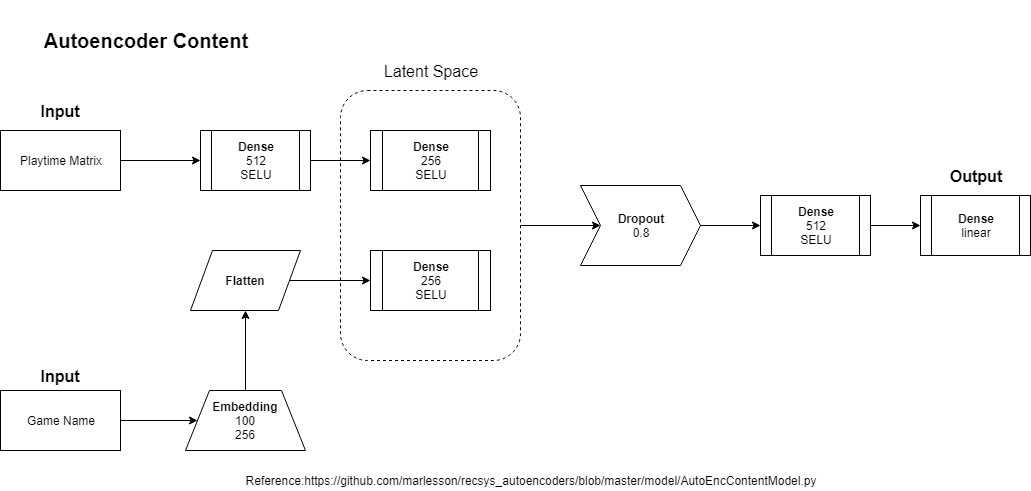
This is model_graph/Autoencoder/AutoencoderContentModel.png from yshuidie/steamNNRecom, a draw.io export, as it was before one commit. Source tidied: cells renumbered, new cells last; positions are measured from the earlier drawing's top-left corner, leaving out a move shared by most shapes. Its diagram source:
```xml
<mxGraphModel background="#ffffff">
  <root>
    <mxCell id="0" />
    <mxCell id="1" parent="0" />
    <mxCell id="2" value="&lt;span&gt;&lt;b&gt;&lt;font style=&quot;font-size: 20px&quot;&gt;Autoencoder Content&lt;/font&gt;&lt;/b&gt;&lt;/span&gt;&lt;br&gt;" style="text;html=1;strokeColor=none;fillColor=none;align=center;verticalAlign=middle;whiteSpace=wrap;rounded=0;" parent="1" vertex="1">
      <mxGeometry x="30" width="230" height="80" as="geometry" />
    </mxCell>
    <mxCell id="3" value="Playtime Matrix&lt;br&gt;" style="rounded=0;whiteSpace=wrap;html=1;" parent="1" vertex="1">
      <mxGeometry y="130" width="120" height="60" as="geometry" />
    </mxCell>
    <mxCell id="4" value="Game Name&lt;br&gt;" style="rounded=0;whiteSpace=wrap;html=1;" parent="1" vertex="1">
      <mxGeometry y="390" width="120" height="60" as="geometry" />
    </mxCell>
    <mxCell id="5" style="edgeStyle=orthogonalEdgeStyle;rounded=0;jettySize=auto;html=1;entryX=0;entryY=0.5;entryDx=0;entryDy=0;" parent="1" edge="1" source="6" target="14">
      <mxGeometry relative="1" as="geometry" />
    </mxCell>
    <mxCell id="6" value="&lt;b&gt;Dense&lt;/b&gt;&lt;br&gt;512&lt;br&gt;SELU&lt;br&gt;" style="shape=process;whiteSpace=wrap;html=1;backgroundOutline=1;" parent="1" vertex="1">
      <mxGeometry x="200" y="130" width="110" height="60" as="geometry" />
    </mxCell>
    <mxCell id="7" style="endArrow=classic;html=1;exitX=1;exitY=0.5;exitDx=0;exitDy=0;entryX=0;entryY=0.5;entryDx=0;entryDy=0;" parent="1" edge="1" source="3" target="6">
      <mxGeometry relative="1" as="geometry" />
    </mxCell>
    <mxCell id="8" style="edgeStyle=orthogonalEdgeStyle;rounded=0;jettySize=auto;html=1;entryX=0.5;entryY=1;entryDx=0;entryDy=0;" parent="1" edge="1" source="9" target="12">
      <mxGeometry relative="1" as="geometry" />
    </mxCell>
    <mxCell id="9" value="&lt;b&gt;Embedding&lt;/b&gt;&lt;br&gt;100&lt;br&gt;256&lt;br&gt;" style="shape=trapezoid;perimeter=trapezoidPerimeter;whiteSpace=wrap;html=1;" parent="1" vertex="1">
      <mxGeometry x="185" y="390" width="120" height="60" as="geometry" />
    </mxCell>
    <mxCell id="10" style="endArrow=classic;html=1;exitX=1;exitY=0.5;exitDx=0;exitDy=0;entryX=0;entryY=0.5;entryDx=0;entryDy=0;" parent="1" edge="1" source="4" target="9">
      <mxGeometry relative="1" as="geometry" />
    </mxCell>
    <mxCell id="11" style="edgeStyle=orthogonalEdgeStyle;rounded=0;jettySize=auto;html=1;entryX=0;entryY=0.5;entryDx=0;entryDy=0;" parent="1" edge="1" source="12" target="13">
      <mxGeometry relative="1" as="geometry" />
    </mxCell>
    <mxCell id="12" value="&lt;b&gt;Flatten&lt;/b&gt;" style="shape=parallelogram;perimeter=parallelogramPerimeter;whiteSpace=wrap;html=1;" parent="1" vertex="1">
      <mxGeometry x="190" y="250" width="110" height="60" as="geometry" />
    </mxCell>
    <mxCell id="13" value="&lt;b&gt;Dense&lt;/b&gt;&lt;br&gt;256&lt;br&gt;SELU&lt;br&gt;" style="shape=process;whiteSpace=wrap;html=1;backgroundOutline=1;" parent="1" vertex="1">
      <mxGeometry x="370" y="250" width="120" height="60" as="geometry" />
    </mxCell>
    <mxCell id="14" value="&lt;b&gt;Dense&lt;/b&gt;&lt;br&gt;256&lt;br&gt;SELU&lt;br&gt;" style="shape=process;whiteSpace=wrap;html=1;backgroundOutline=1;" parent="1" vertex="1">
      <mxGeometry x="370" y="130" width="120" height="60" as="geometry" />
    </mxCell>
    <mxCell id="15" style="edgeStyle=orthogonalEdgeStyle;rounded=0;jettySize=auto;html=1;entryX=0;entryY=0.5;entryDx=0;entryDy=0;" parent="1" edge="1" source="16" target="19">
      <mxGeometry relative="1" as="geometry" />
    </mxCell>
    <mxCell id="16" style="rounded=1;whiteSpace=wrap;html=1;dashed=1;fillColor=none;" parent="1" vertex="1">
      <mxGeometry x="340" y="90" width="180" height="270" as="geometry" />
    </mxCell>
    <mxCell id="17" value="&lt;font style=&quot;font-size: 16px&quot;&gt;Latent Space&lt;/font&gt;" style="text;html=1;strokeColor=none;fillColor=none;align=center;verticalAlign=middle;whiteSpace=wrap;rounded=0;dashed=1;" parent="1" vertex="1">
      <mxGeometry x="380" y="60" width="100" height="20" as="geometry" />
    </mxCell>
    <mxCell id="18" style="edgeStyle=orthogonalEdgeStyle;rounded=0;jettySize=auto;html=1;entryX=0;entryY=0.5;entryDx=0;entryDy=0;" parent="1" edge="1" source="19" target="21">
      <mxGeometry relative="1" as="geometry" />
    </mxCell>
    <mxCell id="19" value="&lt;b&gt;Dropout&lt;/b&gt;&lt;br&gt;0.8&lt;br&gt;" style="shape=step;perimeter=stepPerimeter;whiteSpace=wrap;html=1;fixedSize=1;fillColor=none;" parent="1" vertex="1">
      <mxGeometry x="580" y="185" width="120" height="80" as="geometry" />
    </mxCell>
    <mxCell id="20" style="edgeStyle=orthogonalEdgeStyle;rounded=0;jettySize=auto;html=1;entryX=0;entryY=0.5;entryDx=0;entryDy=0;" parent="1" edge="1" source="21" target="26">
      <mxGeometry relative="1" as="geometry" />
    </mxCell>
    <mxCell id="21" value="&lt;b&gt;Dense&lt;/b&gt;&lt;br&gt;512&lt;br&gt;SELU&lt;br&gt;" style="shape=process;whiteSpace=wrap;html=1;backgroundOutline=1;" parent="1" vertex="1">
      <mxGeometry x="760" y="195" width="110" height="60" as="geometry" />
    </mxCell>
    <mxCell id="22" value="Reference:&lt;a href=&quot;https://github.com/marlesson/recsys_autoencoders/blob/master/model/AutoEncContentModel.py&quot;&gt;https://github.com/marlesson/recsys_autoencoders/blob/master/model/AutoEncContentModel.py&lt;/a&gt;" style="text;html=1;strokeColor=none;fillColor=none;align=center;verticalAlign=middle;whiteSpace=wrap;rounded=0;" parent="1" vertex="1">
      <mxGeometry x="100" y="470" width="860" height="20" as="geometry" />
    </mxCell>
    <mxCell id="23" value="&lt;font style=&quot;font-size: 16px&quot;&gt;&lt;b&gt;Input&lt;/b&gt;&lt;/font&gt;" style="text;html=1;strokeColor=none;fillColor=none;align=center;verticalAlign=middle;whiteSpace=wrap;rounded=0;dashed=1;" parent="1" vertex="1">
      <mxGeometry x="10" y="100" width="100" height="20" as="geometry" />
    </mxCell>
    <mxCell id="24" value="&lt;font style=&quot;font-size: 16px&quot;&gt;&lt;b&gt;Input&lt;/b&gt;&lt;/font&gt;" style="text;html=1;strokeColor=none;fillColor=none;align=center;verticalAlign=middle;whiteSpace=wrap;rounded=0;dashed=1;" parent="1" vertex="1">
      <mxGeometry x="10" y="365" width="100" height="20" as="geometry" />
    </mxCell>
    <mxCell id="25" value="&lt;font style=&quot;font-size: 16px&quot;&gt;&lt;b&gt;Output&lt;/b&gt;&lt;/font&gt;" style="text;html=1;strokeColor=none;fillColor=none;align=center;verticalAlign=middle;whiteSpace=wrap;rounded=0;dashed=1;" parent="1" vertex="1">
      <mxGeometry x="925" y="165" width="100" height="20" as="geometry" />
    </mxCell>
    <mxCell id="26" value="&lt;b&gt;Dense&lt;/b&gt;&lt;br&gt;linear&lt;br&gt;" style="shape=process;whiteSpace=wrap;html=1;backgroundOutline=1;" parent="1" vertex="1">
      <mxGeometry x="920" y="195" width="110" height="60" as="geometry" />
    </mxCell>
  </root>
</mxGraphModel>
```
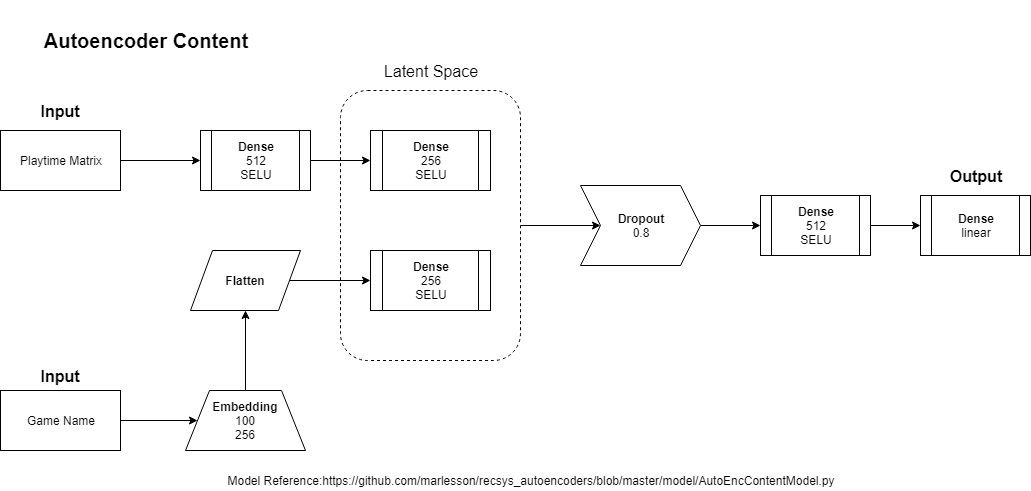
After the commit.

What changed in the source:
```diff
@@ -62,7 +62,7 @@
     <mxCell id="21" value="&lt;b&gt;Dense&lt;/b&gt;&lt;br&gt;512&lt;br&gt;SELU&lt;br&gt;" style="shape=process;whiteSpace=wrap;html=1;backgroundOutline=1;" parent="1" vertex="1">
       <mxGeometry x="760" y="195" width="110" height="60" as="geometry" />
     </mxCell>
-    <mxCell id="22" value="Reference:&lt;a href=&quot;https://github.com/marlesson/recsys_autoencoders/blob/master/model/AutoEncContentModel.py&quot;&gt;https://github.com/marlesson/recsys_autoencoders/blob/master/model/AutoEncContentModel.py&lt;/a&gt;" style="text;html=1;strokeColor=none;fillColor=none;align=center;verticalAlign=middle;whiteSpace=wrap;rounded=0;" parent="1" vertex="1">
+    <mxCell id="22" value="Model Reference:&lt;a href=&quot;https://github.com/marlesson/recsys_autoencoders/blob/master/model/AutoEncContentModel.py&quot;&gt;https://github.com/marlesson/recsys_autoencoders/blob/master/model/AutoEncContentModel.py&lt;/a&gt;" style="text;html=1;strokeColor=none;fillColor=none;align=center;verticalAlign=middle;whiteSpace=wrap;rounded=0;" parent="1" vertex="1">
       <mxGeometry x="100" y="470" width="860" height="20" as="geometry" />
     </mxCell>
     <mxCell id="23" value="&lt;font style=&quot;font-size: 16px&quot;&gt;&lt;b&gt;Input&lt;/b&gt;&lt;/font&gt;" style="text;html=1;strokeColor=none;fillColor=none;align=center;verticalAlign=middle;whiteSpace=wrap;rounded=0;dashed=1;" parent="1" vertex="1">
```
